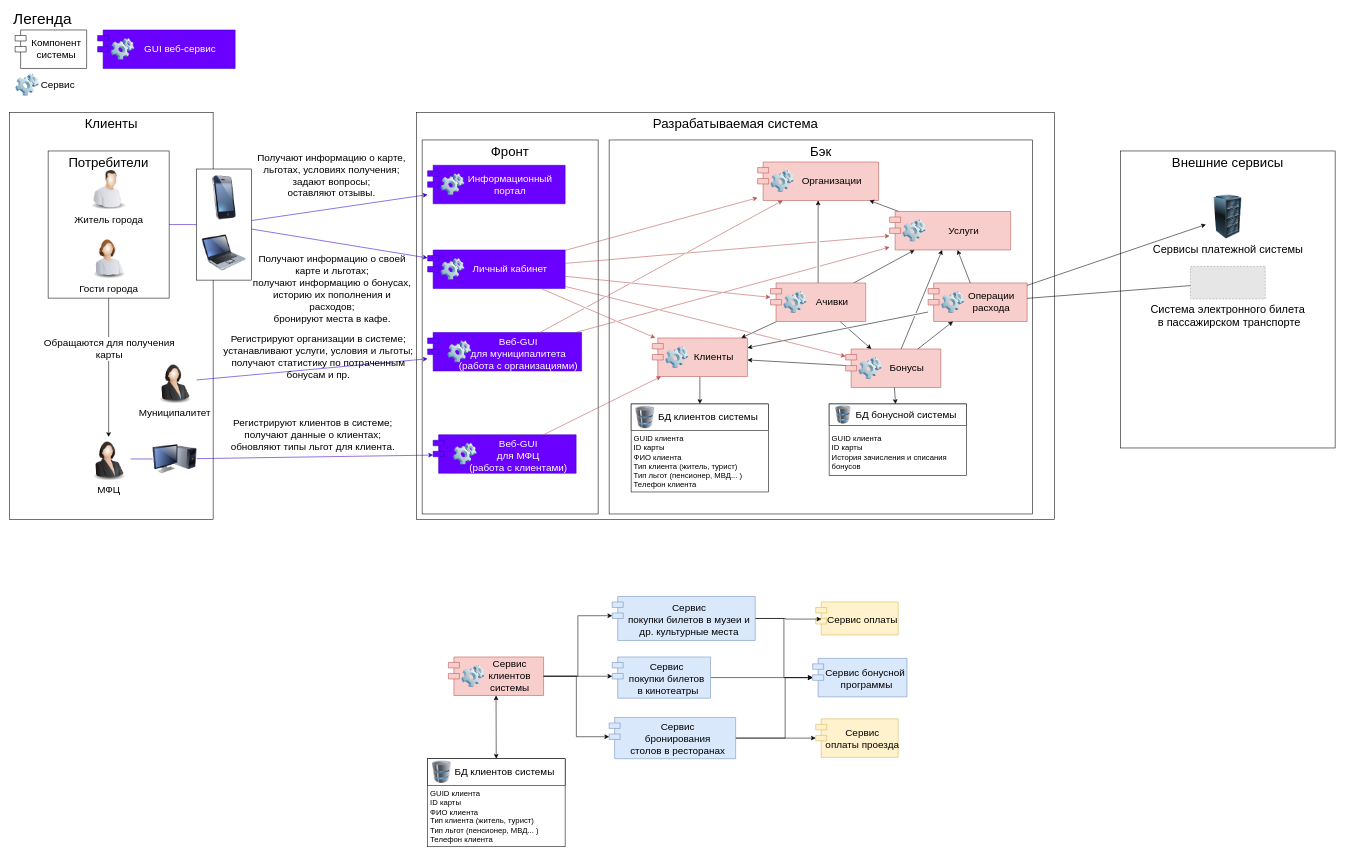
The draw.io diagram src/Архитектура системы.drawio in era-ants/diagrams, before the edit. Source tidied: cells renumbered, new cells numbered last; positions are measured from the earlier drawing's top-left corner, leaving out a move shared by most shapes. Both pictures are drawn from the tidied source at 55%, with x=0, y=0 at pixel (9, 13). Pictures stored in the file or linked from it are replaced by grey dashed boxes.
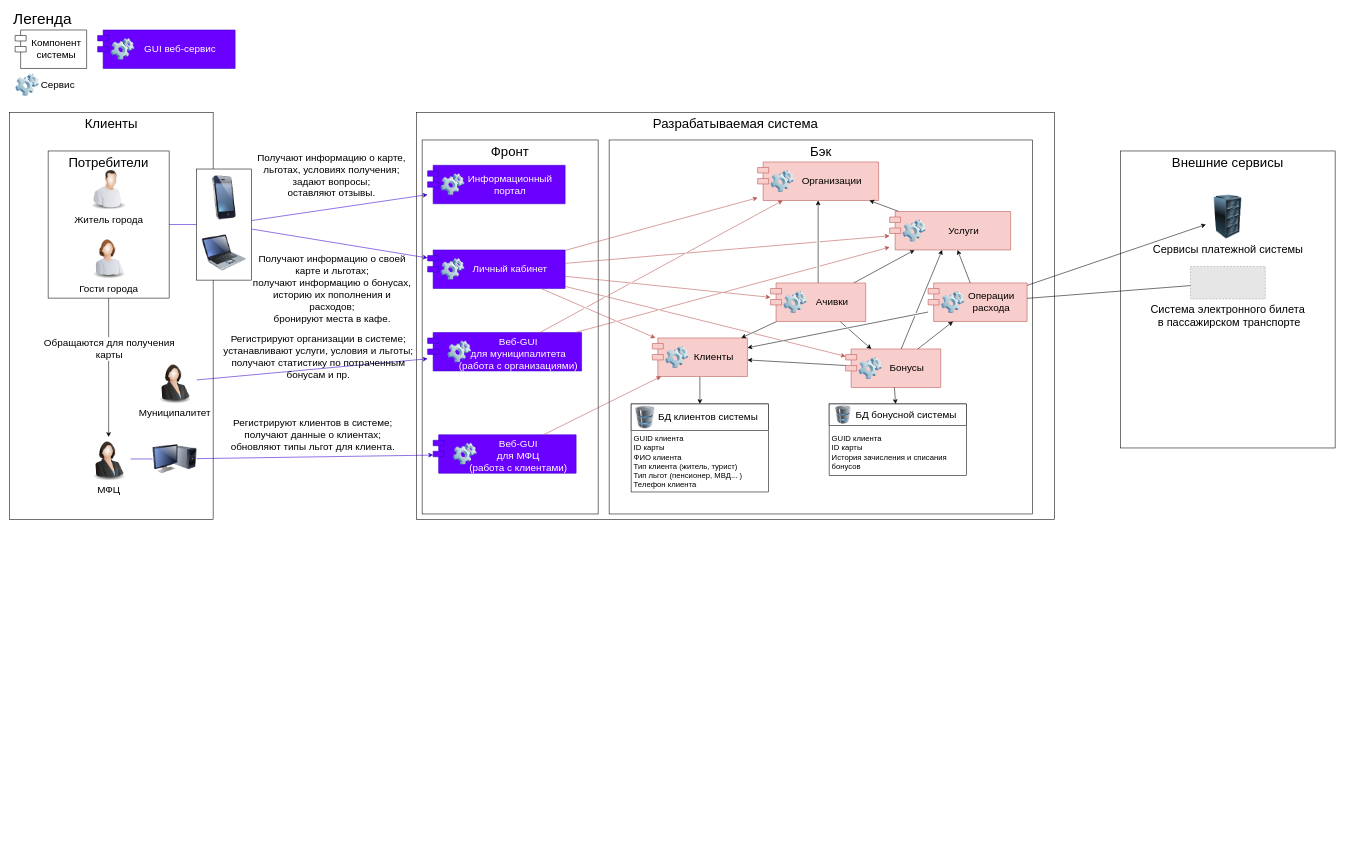
The same page after the edit.

Change to the diagram source:
```diff
@@
-    <mxCell id="54" value="Сервис оплаты" style="shape=module;align=left;spacingLeft=20;align=center;verticalAlign=middle;fillColor=#fff2cc;strokeColor=#d6b656;fontSize=18;" parent="1" vertex="1">
-      <mxGeometry x="1465.6" y="1070" width="150" height="60" as="geometry" />
-    </mxCell>
-    <mxCell id="55" value="Сервис бонусной&#10; программы" style="shape=module;align=left;spacingLeft=20;align=center;verticalAlign=middle;fillColor=#dae8fc;strokeColor=#6c8ebf;fontSize=18;" parent="1" vertex="1">
-      <mxGeometry x="1460" y="1172.5" width="171.5" height="70" as="geometry" />
-    </mxCell>
-    <mxCell id="56" value="Сервис &#10;оплаты проезда" style="shape=module;align=left;spacingLeft=20;align=center;verticalAlign=middle;fillColor=#fff2cc;strokeColor=#d6b656;fontSize=18;" parent="1" vertex="1">
-      <mxGeometry x="1465.6" y="1282.5" width="150" height="70" as="geometry" />
-    </mxCell>
-    <mxCell id="57" style="edgeStyle=orthogonalEdgeStyle;rounded=0;jettySize=auto;html=1;exitX=1;exitY=0.5;exitDx=0;exitDy=0;entryX=0;entryY=0;entryDx=0;entryDy=35;entryPerimeter=0;" parent="1" edge="1" source="59" target="55">
-      <mxGeometry relative="1" as="geometry">
-        <Array as="points">
-          <mxPoint x="1410" y="1318" />
-          <mxPoint x="1410" y="1208" />
-        </Array>
-      </mxGeometry>
-    </mxCell>
-    <mxCell id="58" style="edgeStyle=orthogonalEdgeStyle;rounded=0;jettySize=auto;html=1;exitX=1;exitY=0.5;exitDx=0;exitDy=0;entryX=0;entryY=0;entryDx=0;entryDy=35;entryPerimeter=0;" parent="1" edge="1" source="59" target="56">
-      <mxGeometry relative="1" as="geometry" />
-    </mxCell>
-    <mxCell id="59" value="Сервис &#10;бронирования &#10;столов в ресторанах" style="shape=module;align=left;spacingLeft=20;align=center;verticalAlign=middle;gradientDirection=west;fillColor=#dae8fc;strokeColor=#6c8ebf;fontSize=18;" parent="1" vertex="1">
-      <mxGeometry x="1090" y="1280" width="230" height="75" as="geometry" />
-    </mxCell>
-    <mxCell id="60" style="edgeStyle=orthogonalEdgeStyle;rounded=0;jettySize=auto;html=1;exitX=1;exitY=0.5;exitDx=0;exitDy=0;entryX=0;entryY=0;entryDx=0;entryDy=35;entryPerimeter=0;" parent="1" edge="1" source="61" target="55">
-      <mxGeometry relative="1" as="geometry" />
-    </mxCell>
-    <mxCell id="61" value="Сервис &#10;покупки билетов&#10; в кинотеатры" style="shape=module;align=left;spacingLeft=20;align=center;verticalAlign=middle;fillColor=#dae8fc;strokeColor=#6c8ebf;fontSize=18;" parent="1" vertex="1">
-      <mxGeometry x="1095.6" y="1170" width="178.8" height="75" as="geometry" />
-    </mxCell>
-    <mxCell id="62" style="edgeStyle=orthogonalEdgeStyle;rounded=0;jettySize=auto;html=1;exitX=1;exitY=0.5;exitDx=0;exitDy=0;entryX=0;entryY=0;entryDx=0;entryDy=35;entryPerimeter=0;" parent="1" edge="1" source="64" target="55">
-      <mxGeometry relative="1" as="geometry" />
-    </mxCell>
-    <mxCell id="63" style="edgeStyle=orthogonalEdgeStyle;rounded=0;jettySize=auto;html=1;exitX=1;exitY=0.5;exitDx=0;exitDy=0;entryX=0.069;entryY=0.519;entryDx=0;entryDy=0;entryPerimeter=0;" parent="1" edge="1" source="64" target="54">
-      <mxGeometry relative="1" as="geometry" />
-    </mxCell>
-    <mxCell id="64" value="Сервис &#10;покупки билетов в музеи и &#10;др. культурные места" style="shape=module;align=left;spacingLeft=20;align=center;verticalAlign=middle;fillColor=#dae8fc;strokeColor=#6c8ebf;fontSize=18;" parent="1" vertex="1">
-      <mxGeometry x="1095.6" y="1060" width="260" height="80" as="geometry" />
-    </mxCell>
-    <mxCell id="65" style="group;" parent="1" vertex="1">
-      <mxGeometry x="760" y="1355" width="250" height="160" as="geometry" />
-    </mxCell>
-    <mxCell id="66" value="&lt;div style=&quot;font-size: 14px&quot;&gt;GUID клиента&lt;br&gt;ID карты&lt;br&gt;&lt;/div&gt;&lt;div style=&quot;font-size: 14px&quot;&gt;ФИО клиента&lt;/div&gt;&lt;div style=&quot;font-size: 14px&quot;&gt;Тип клиента (житель, турист)&lt;/div&gt;&lt;div style=&quot;font-size: 14px&quot;&gt;Тип льгот (пенсионер, МВД... )&lt;/div&gt;&lt;div style=&quot;font-size: 14px&quot;&gt;Телефон клиента&lt;/div&gt;" style="rounded=0;whiteSpace=wrap;html=1;verticalAlign=top;align=left;spacing=5;fontSize=14;spacingTop=45;" parent="65" vertex="1">
-      <mxGeometry width="250" height="160" as="geometry" />
-    </mxCell>
-    <mxCell id="67" value="БД клиентов системы" style="rounded=0;whiteSpace=wrap;html=1;fontSize=18;align=center;spacingLeft=30;" parent="65" vertex="1">
-      <mxGeometry width="250" height="48.6" as="geometry" />
-    </mxCell>
-    <mxCell id="68" style="image;html=1;image=img/lib/clip_art/computers/Database_128x128.png;fontSize=24;sketch=0;" parent="65" vertex="1">
-      <mxGeometry x="7.4" y="4" width="36.8" height="40.5" as="geometry" />
-    </mxCell>
-    <mxCell id="69" style="edgeStyle=none;rounded=0;jettySize=auto;html=1;fontSize=14;startArrow=classic;startFill=1;" parent="1" edge="1" source="71" target="66">
-      <mxGeometry relative="1" as="geometry" />
-    </mxCell>
-    <mxCell id="70" style="group;" parent="1" vertex="1">
-      <mxGeometry x="797.8" y="1170" width="173" height="70" as="geometry" />
-    </mxCell>
-    <mxCell id="71" value="Сервис клиентов&#10;системы" style="shape=module;align=left;spacingLeft=50;align=center;verticalAlign=middle;fillColor=#f8cecc;strokeColor=#b85450;fontSize=18;whiteSpace=wrap;" parent="70" vertex="1">
-      <mxGeometry width="173" height="70" as="geometry" />
-    </mxCell>
-    <mxCell id="72" style="image;html=1;image=img/lib/clip_art/computers/Software_128x128.png;sketch=0;fontSize=18;align=left;labelPosition=right;verticalLabelPosition=middle;verticalAlign=middle;labelBackgroundColor=none;" parent="70" vertex="1">
-      <mxGeometry x="23" y="15" width="45" height="40" as="geometry" />
-    </mxCell>
-    <mxCell id="73" style="edgeStyle=orthogonalEdgeStyle;rounded=0;jettySize=auto;html=1;exitX=1;exitY=0.5;exitDx=0;exitDy=0;entryX=0;entryY=0;entryDx=0;entryDy=35;entryPerimeter=0;" parent="1" edge="1" source="71" target="61">
-      <mxGeometry relative="1" as="geometry" />
-    </mxCell>
-    <mxCell id="74" style="edgeStyle=orthogonalEdgeStyle;rounded=0;jettySize=auto;html=1;exitX=1;exitY=0.5;exitDx=0;exitDy=0;entryX=0;entryY=0;entryDx=0;entryDy=35;entryPerimeter=0;" parent="1" edge="1" source="71" target="59">
-      <mxGeometry relative="1" as="geometry" />
-    </mxCell>
-    <mxCell id="75" style="edgeStyle=orthogonalEdgeStyle;rounded=0;jettySize=auto;html=1;exitX=1;exitY=0.5;exitDx=0;exitDy=0;entryX=0;entryY=0;entryDx=0;entryDy=35;entryPerimeter=0;" parent="1" edge="1" source="71" target="64">
-      <mxGeometry relative="1" as="geometry" />
-    </mxCell>
```
